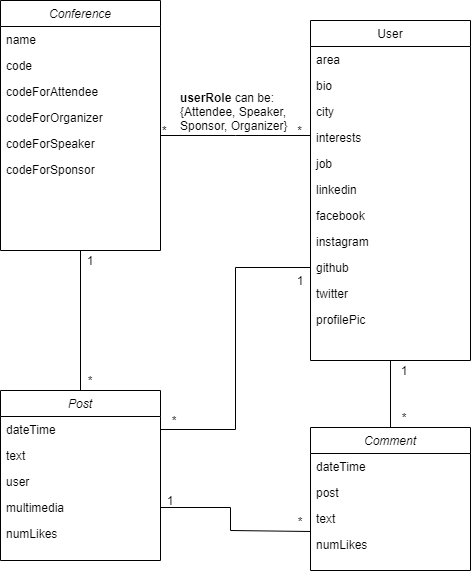
Before: docs/ProblemDomain.png, a diagram exported from draw.io (FEUP-ESOF-2020-21/open-cx-t3g3-404datanotfound). Source tidied: cells renumbered, new cells last; positions are measured from the earlier drawing's top-left corner, leaving out a move shared by most shapes.
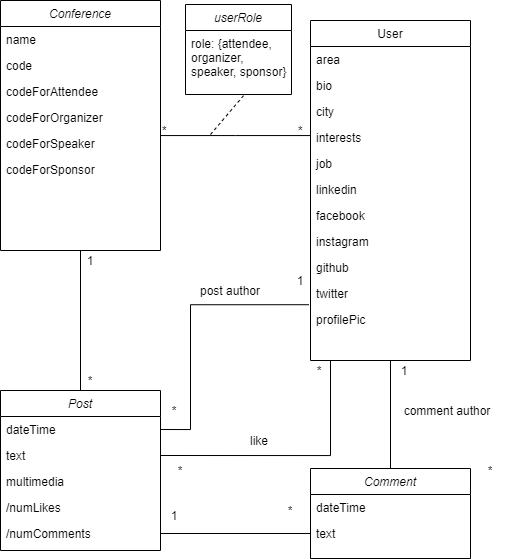
The same file after the commit.

Commit message:
Like association and class association for userRole in Problem Domain

The edit, as a diff of the source:
```diff
@@ -81,7 +81,7 @@
       </mxGeometry>
     </mxCell>
     <mxCell id="26" value="Post" style="swimlane;fontStyle=2;align=center;verticalAlign=top;horizontal=1;startSize=26;rounded=0;shadow=0;strokeWidth=1;" parent="1" vertex="1">
-      <mxGeometry y="390" width="160" height="170" as="geometry" />
+      <mxGeometry y="390" width="160" height="160" as="geometry" />
     </mxCell>
     <mxCell id="27" value="dateTime" style="text;align=left;verticalAlign=top;spacingLeft=4;spacingRight=4;overflow=hidden;points=[[0,0.5],[1,0.5]];portConstraint=eastwest;" parent="26" vertex="1">
       <mxGeometry y="26" width="160" height="26" as="geometry" />
@@ -89,15 +89,15 @@
     <mxCell id="28" value="text" style="text;align=left;verticalAlign=top;spacingLeft=4;spacingRight=4;overflow=hidden;points=[[0,0.5],[1,0.5]];portConstraint=eastwest;rounded=0;shadow=0;html=0;" parent="26" vertex="1">
       <mxGeometry y="52" width="160" height="26" as="geometry" />
     </mxCell>
-    <mxCell id="29" value="user" style="text;align=left;verticalAlign=top;spacingLeft=4;spacingRight=4;overflow=hidden;rounded=0;shadow=0;html=0;" parent="26" vertex="1">
-      <mxGeometry y="78" width="160" height="26" as="geometry" />
-    </mxCell>
     <mxCell id="30" value="multimedia" style="text;align=left;verticalAlign=top;spacingLeft=4;spacingRight=4;overflow=hidden;points=[[0,0.5],[1,0.5]];portConstraint=eastwest;rounded=0;shadow=0;html=0;" parent="26" vertex="1">
-      <mxGeometry y="104" width="160" height="26" as="geometry" />
+      <mxGeometry y="78" width="160" height="26" as="geometry" />
     </mxCell>
-    <mxCell id="31" value="numLikes" style="text;align=left;verticalAlign=top;spacingLeft=4;spacingRight=4;overflow=hidden;rounded=0;shadow=0;html=0;" parent="26" vertex="1">
-      <mxGeometry y="130" width="160" height="26" as="geometry" />
-    </mxCell>
+    <mxCell id="48" value="/numLikes" style="text;align=left;verticalAlign=top;spacingLeft=4;spacingRight=4;overflow=hidden;rounded=0;shadow=0;html=0;" parent="26" vertex="1">
+      <mxGeometry y="104" width="160" height="26" as="geometry" />
+    </mxCell>
+    <mxCell id="49" value="/numComments" style="text;align=left;verticalAlign=top;spacingLeft=4;spacingRight=4;overflow=hidden;points=[[0,0.5],[1,0.5]];portConstraint=eastwest;rounded=0;shadow=0;html=0;" parent="26" vertex="1">
+      <mxGeometry y="130" width="160" height="26" as="geometry" />
+    </mxCell>
     <mxCell id="32" value="*" style="text;html=1;strokeColor=none;fillColor=none;align=center;verticalAlign=middle;whiteSpace=wrap;rounded=0;" parent="1" vertex="1">
       <mxGeometry x="70" y="370" width="40" height="20" as="geometry" />
     </mxCell>
@@ -105,52 +105,74 @@
       <mxGeometry x="70" y="250" width="40" height="20" as="geometry" />
     </mxCell>
     <mxCell id="34" value="Comment" style="swimlane;fontStyle=2;align=center;verticalAlign=top;horizontal=1;startSize=26;rounded=0;shadow=0;strokeWidth=1;" parent="1" vertex="1">
-      <mxGeometry x="310" y="427" width="160" height="143" as="geometry" />
+      <mxGeometry x="310" y="468" width="160" height="90" as="geometry" />
     </mxCell>
     <mxCell id="35" value="dateTime" style="text;align=left;verticalAlign=top;spacingLeft=4;spacingRight=4;overflow=hidden;" parent="34" vertex="1">
       <mxGeometry y="26" width="160" height="26" as="geometry" />
     </mxCell>
-    <mxCell id="36" value="post" style="text;align=left;verticalAlign=top;spacingLeft=4;spacingRight=4;overflow=hidden;rounded=0;shadow=0;html=0;" parent="34" vertex="1">
-      <mxGeometry y="52" width="160" height="26" as="geometry" />
-    </mxCell>
     <mxCell id="37" value="text" style="text;align=left;verticalAlign=top;spacingLeft=4;spacingRight=4;overflow=hidden;points=[[0,0.5],[1,0.5]];portConstraint=eastwest;rounded=0;shadow=0;html=0;" parent="34" vertex="1">
-      <mxGeometry y="78" width="160" height="26" as="geometry" />
+      <mxGeometry y="52" width="160" height="26" as="geometry" />
     </mxCell>
-    <mxCell id="38" value="numLikes" style="text;align=left;verticalAlign=top;spacingLeft=4;spacingRight=4;overflow=hidden;rounded=0;shadow=0;html=0;" parent="34" vertex="1">
-      <mxGeometry y="104" width="160" height="26" as="geometry" />
-    </mxCell>
     <mxCell id="39" value="*" style="text;html=1;strokeColor=none;fillColor=none;align=center;verticalAlign=middle;whiteSpace=wrap;rounded=0;" parent="1" vertex="1">
-      <mxGeometry x="280" y="511" width="40" height="20" as="geometry" />
+      <mxGeometry x="160" y="460" width="40" height="20" as="geometry" />
     </mxCell>
-    <mxCell id="40" style="edgeStyle=orthogonalEdgeStyle;rounded=0;jettySize=auto;html=1;exitX=1;exitY=0.5;exitDx=0;exitDy=0;entryX=0;entryY=0.5;entryDx=0;entryDy=0;endArrow=none;endFill=0;" parent="1" edge="1" source="27" target="20">
-      <mxGeometry relative="1" as="geometry" />
-    </mxCell>
     <mxCell id="41" value="*" style="text;html=1;strokeColor=none;fillColor=none;align=center;verticalAlign=middle;whiteSpace=wrap;rounded=0;" parent="1" vertex="1">
-      <mxGeometry x="154" y="410" width="40" height="20" as="geometry" />
+      <mxGeometry x="154" y="400" width="40" height="20" as="geometry" />
     </mxCell>
     <mxCell id="42" value="1" style="text;html=1;strokeColor=none;fillColor=none;align=center;verticalAlign=middle;whiteSpace=wrap;rounded=0;" parent="1" vertex="1">
       <mxGeometry x="280" y="270" width="40" height="20" as="geometry" />
     </mxCell>
-    <mxCell id="43" style="edgeStyle=orthogonalEdgeStyle;rounded=0;jettySize=auto;html=1;exitX=1;exitY=0.5;exitDx=0;exitDy=0;entryX=0.75;entryY=1;entryDx=0;entryDy=0;endArrow=none;endFill=0;" parent="1" edge="1" source="30" target="39">
-      <mxGeometry relative="1" as="geometry">
-        <Array as="points">
-          <mxPoint x="230" y="507" />
-          <mxPoint x="230" y="530" />
-          <mxPoint x="310" y="530" />
-        </Array>
-      </mxGeometry>
-    </mxCell>
-    <mxCell id="44" value="1" style="text;html=1;strokeColor=none;fillColor=none;align=center;verticalAlign=middle;whiteSpace=wrap;rounded=0;" parent="1" vertex="1">
-      <mxGeometry x="150" y="490" width="40" height="20" as="geometry" />
-    </mxCell>
     <mxCell id="45" value="1" style="text;html=1;strokeColor=none;fillColor=none;align=center;verticalAlign=middle;whiteSpace=wrap;rounded=0;" parent="1" vertex="1">
       <mxGeometry x="384" y="360" width="40" height="20" as="geometry" />
     </mxCell>
     <mxCell id="46" value="*" style="text;html=1;strokeColor=none;fillColor=none;align=center;verticalAlign=middle;whiteSpace=wrap;rounded=0;" parent="1" vertex="1">
-      <mxGeometry x="384" y="407" width="40" height="20" as="geometry" />
+      <mxGeometry x="470" y="460" width="40" height="20" as="geometry" />
     </mxCell>
-    <mxCell id="47" value="&lt;b&gt;userRole&lt;/b&gt; can be:&lt;br&gt;{Attendee, Speaker, Sponsor, Organizer}" style="text;html=1;strokeColor=none;fillColor=none;align=left;verticalAlign=middle;whiteSpace=wrap;rounded=0;" parent="1" vertex="1">
-      <mxGeometry x="178" y="90" width="113" height="42" as="geometry" />
-    </mxCell>
+    <mxCell id="50" style="edgeStyle=orthogonalEdgeStyle;rounded=0;jettySize=auto;html=1;exitX=1;exitY=0.5;exitDx=0;exitDy=0;entryX=-0.01;entryY=0.931;entryDx=0;entryDy=0;entryPerimeter=0;endArrow=none;endFill=0;" parent="1" edge="1" source="27" target="21">
+      <mxGeometry relative="1" as="geometry">
+        <Array as="points">
+          <mxPoint x="190" y="429" />
+          <mxPoint x="190" y="304" />
+        </Array>
+      </mxGeometry>
+    </mxCell>
+    <mxCell id="51" value="post author" style="text;html=1;strokeColor=none;fillColor=none;align=center;verticalAlign=middle;whiteSpace=wrap;rounded=0;" parent="1" vertex="1">
+      <mxGeometry x="190" y="280" width="80" height="20" as="geometry" />
+    </mxCell>
+    <mxCell id="52" value="like" style="text;html=1;strokeColor=none;fillColor=none;align=center;verticalAlign=middle;whiteSpace=wrap;rounded=0;" parent="1" vertex="1">
+      <mxGeometry x="218.5" y="430" width="80" height="20" as="geometry" />
+    </mxCell>
+    <mxCell id="44" value="1" style="text;html=1;strokeColor=none;fillColor=none;align=center;verticalAlign=middle;whiteSpace=wrap;rounded=0;" parent="1" vertex="1">
+      <mxGeometry x="154" y="505" width="40" height="20" as="geometry" />
+    </mxCell>
+    <mxCell id="53" value="*" style="text;html=1;strokeColor=none;fillColor=none;align=center;verticalAlign=middle;whiteSpace=wrap;rounded=0;" parent="1" vertex="1">
+      <mxGeometry x="270" y="500" width="40" height="20" as="geometry" />
+    </mxCell>
+    <mxCell id="54" value="comment author" style="text;html=1;strokeColor=none;fillColor=none;align=center;verticalAlign=middle;whiteSpace=wrap;rounded=0;" parent="1" vertex="1">
+      <mxGeometry x="384" y="400" width="126" height="20" as="geometry" />
+    </mxCell>
+    <mxCell id="55" value="userRole" style="swimlane;fontStyle=2;align=center;verticalAlign=top;horizontal=1;startSize=26;rounded=0;shadow=0;strokeWidth=1;" parent="1" vertex="1">
+      <mxGeometry x="185" y="4" width="106" height="90" as="geometry" />
+    </mxCell>
+    <mxCell id="56" value="role: {attendee,&#10;organizer, &#10;speaker, sponsor} " style="text;align=left;verticalAlign=top;spacingLeft=4;spacingRight=4;overflow=hidden;rounded=0;shadow=0;html=0;" parent="55" vertex="1">
+      <mxGeometry y="26" width="106" height="64" as="geometry" />
+    </mxCell>
+    <mxCell id="57" style="endArrow=none;dashed=1;html=1;" parent="1" edge="1">
+      <mxGeometry relative="1" as="geometry">
+        <mxPoint x="210" y="134" as="sourcePoint" />
+        <mxPoint x="244" y="94" as="targetPoint" />
+      </mxGeometry>
+    </mxCell>
+    <mxCell id="58" style="edgeStyle=orthogonalEdgeStyle;rounded=0;jettySize=auto;html=1;exitX=1;exitY=0.5;exitDx=0;exitDy=0;endArrow=none;endFill=0;" parent="1" edge="1" source="28">
+      <mxGeometry relative="1" as="geometry">
+        <mxPoint x="330" y="360" as="targetPoint" />
+      </mxGeometry>
+    </mxCell>
+    <mxCell id="59" value="*" style="text;html=1;strokeColor=none;fillColor=none;align=center;verticalAlign=middle;whiteSpace=wrap;rounded=0;" parent="1" vertex="1">
+      <mxGeometry x="298.5" y="360" width="40" height="20" as="geometry" />
+    </mxCell>
+    <mxCell id="60" style="edgeStyle=orthogonalEdgeStyle;rounded=0;jettySize=auto;html=1;exitX=1;exitY=0.5;exitDx=0;exitDy=0;entryX=0;entryY=0.5;entryDx=0;entryDy=0;endArrow=none;endFill=0;" parent="1" edge="1" source="49" target="37">
+      <mxGeometry relative="1" as="geometry" />
+    </mxCell>
   </root>
 </mxGraphModel>
```
